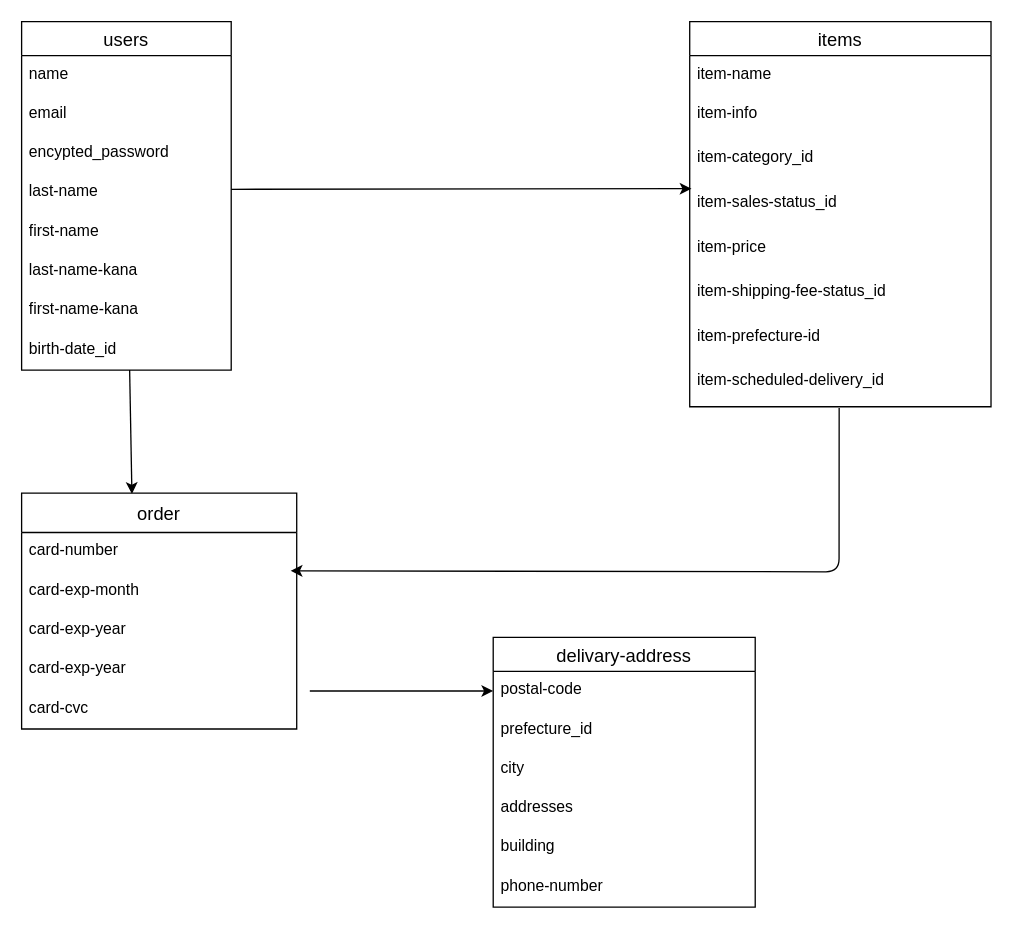
Above: ER図.dio in piroyuki666/furima-38024 (draw.io), before the change. Source tidied: cells renumbered, new cells numbered last; positions are measured from the earlier drawing's top-left corner, leaving out a move shared by most shapes. Both pictures are drawn from the tidied source at 131%, with x=0, y=0 at pixel (21, 21).
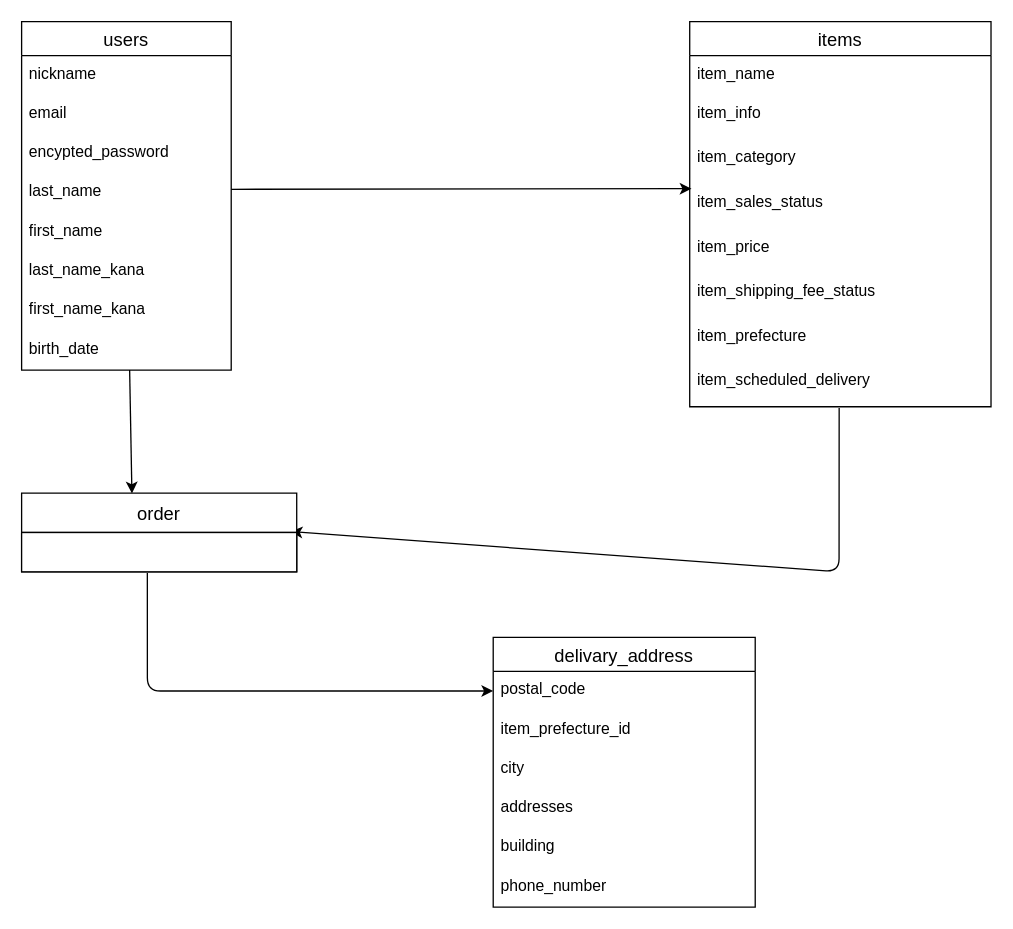
After the change.

Commit message (it also covers changes not shown here):
ER図とREADMEの再修正

The change refers to these unchanged cells:
```xml
<mxCell id="3" value="users" style="swimlane;fontStyle=0;horizontal=1;startSize=26;align=center;fontSize=14;" parent="1" vertex="1">
  <mxGeometry width="160" height="266" as="geometry" />
</mxCell>
<mxCell id="13" value="items" style="swimlane;fontStyle=0;horizontal=1;startSize=26;align=center;fontSize=14;" parent="1" vertex="1">
  <mxGeometry x="510" width="230" height="294" as="geometry" />
</mxCell>
```

The edit, as a diff of the source:
```diff
@@
-    <mxCell id="4" value="name" style="text;strokeColor=none;fillColor=none;spacingLeft=4;spacingRight=4;overflow=hidden;fontSize=12;" parent="3" vertex="1">
+    <mxCell id="4" value="nickname" style="text;strokeColor=none;fillColor=none;spacingLeft=4;spacingRight=4;overflow=hidden;fontSize=12;" parent="3" vertex="1">
       <mxGeometry y="26" width="160" height="30" as="geometry" />
     </mxCell>
@@
-    <mxCell id="7" value="last-name" style="text;strokeColor=none;fillColor=none;spacingLeft=4;spacingRight=4;overflow=hidden;fontSize=12;" parent="3" vertex="1">
+    <mxCell id="7" value="last_name" style="text;strokeColor=none;fillColor=none;spacingLeft=4;spacingRight=4;overflow=hidden;fontSize=12;" parent="3" vertex="1">
       <mxGeometry y="116" width="160" height="30" as="geometry" />
     </mxCell>
-    <mxCell id="8" value="first-name" style="text;strokeColor=none;fillColor=none;spacingLeft=4;spacingRight=4;overflow=hidden;fontSize=12;" parent="3" vertex="1">
+    <mxCell id="8" value="first_name" style="text;strokeColor=none;fillColor=none;spacingLeft=4;spacingRight=4;overflow=hidden;fontSize=12;" parent="3" vertex="1">
       <mxGeometry y="146" width="160" height="30" as="geometry" />
     </mxCell>
-    <mxCell id="9" value="last-name-kana" style="text;strokeColor=none;fillColor=none;spacingLeft=4;spacingRight=4;overflow=hidden;fontSize=12;" parent="3" vertex="1">
+    <mxCell id="9" value="last_name_kana" style="text;strokeColor=none;fillColor=none;spacingLeft=4;spacingRight=4;overflow=hidden;fontSize=12;" parent="3" vertex="1">
       <mxGeometry y="176" width="160" height="30" as="geometry" />
     </mxCell>
-    <mxCell id="10" value="first-name-kana" style="text;strokeColor=none;fillColor=none;spacingLeft=4;spacingRight=4;overflow=hidden;fontSize=12;" parent="3" vertex="1">
+    <mxCell id="10" value="first_name_kana" style="text;strokeColor=none;fillColor=none;spacingLeft=4;spacingRight=4;overflow=hidden;fontSize=12;" parent="3" vertex="1">
       <mxGeometry y="206" width="160" height="30" as="geometry" />
     </mxCell>
-    <mxCell id="11" value="birth-date_id" style="text;strokeColor=none;fillColor=none;spacingLeft=4;spacingRight=4;overflow=hidden;fontSize=12;" parent="3" vertex="1">
+    <mxCell id="11" value="birth_date" style="text;strokeColor=none;fillColor=none;spacingLeft=4;spacingRight=4;overflow=hidden;fontSize=12;" parent="3" vertex="1">
       <mxGeometry y="236" width="160" height="30" as="geometry" />
     </mxCell>
-    <mxCell id="12" style="edgeStyle=none;html=1;entryX=0.978;entryY=-0.024;entryDx=0;entryDy=0;exitX=0.496;exitY=1.029;exitDx=0;exitDy=0;exitPerimeter=0;entryPerimeter=0;" parent="1" edge="1" source="21" target="25">
+    <mxCell id="12" style="edgeStyle=none;html=1;entryX=0.978;entryY=-0.024;entryDx=0;entryDy=0;exitX=0.496;exitY=1.029;exitDx=0;exitDy=0;exitPerimeter=0;entryPerimeter=0;" parent="1" edge="1" source="21">
       <mxGeometry relative="1" as="geometry">
+        <mxPoint x="205.4" y="389.3" as="targetPoint" />
         <Array as="points">
           <mxPoint x="624" y="420" />
         </Array>
       </mxGeometry>
     </mxCell>
@@
-    <mxCell id="14" value="item-name" style="text;strokeColor=none;fillColor=none;spacingLeft=4;spacingRight=4;overflow=hidden;fontSize=12;" parent="13" vertex="1">
+    <mxCell id="14" value="item_name" style="text;strokeColor=none;fillColor=none;spacingLeft=4;spacingRight=4;overflow=hidden;fontSize=12;" parent="13" vertex="1">
       <mxGeometry y="26" width="230" height="30" as="geometry" />
     </mxCell>
-    <mxCell id="15" value="item-info" style="text;strokeColor=none;fillColor=none;spacingLeft=4;spacingRight=4;overflow=hidden;fontSize=12;" parent="13" vertex="1">
+    <mxCell id="15" value="item_info" style="text;strokeColor=none;fillColor=none;spacingLeft=4;spacingRight=4;overflow=hidden;fontSize=12;" parent="13" vertex="1">
       <mxGeometry y="56" width="230" height="34" as="geometry" />
     </mxCell>
-    <mxCell id="16" value="item-category_id" style="text;strokeColor=none;fillColor=none;spacingLeft=4;spacingRight=4;overflow=hidden;fontSize=12;" parent="13" vertex="1">
+    <mxCell id="16" value="item_category" style="text;strokeColor=none;fillColor=none;spacingLeft=4;spacingRight=4;overflow=hidden;fontSize=12;" parent="13" vertex="1">
       <mxGeometry y="90" width="230" height="34" as="geometry" />
     </mxCell>
-    <mxCell id="17" value="item-sales-status_id" style="text;strokeColor=none;fillColor=none;spacingLeft=4;spacingRight=4;overflow=hidden;points=[[0,0.5],[1,0.5]];portConstraint=eastwest;fontSize=12;" parent="13" vertex="1">
+    <mxCell id="17" value="item_sales_status" style="text;strokeColor=none;fillColor=none;spacingLeft=4;spacingRight=4;overflow=hidden;points=[[0,0.5],[1,0.5]];portConstraint=eastwest;fontSize=12;" parent="13" vertex="1">
       <mxGeometry y="124" width="230" height="34" as="geometry" />
     </mxCell>
-    <mxCell id="18" value="item-price" style="text;strokeColor=none;fillColor=none;spacingLeft=4;spacingRight=4;overflow=hidden;fontSize=12;" parent="13" vertex="1">
+    <mxCell id="18" value="item_price" style="text;strokeColor=none;fillColor=none;spacingLeft=4;spacingRight=4;overflow=hidden;fontSize=12;" parent="13" vertex="1">
       <mxGeometry y="158" width="230" height="34" as="geometry" />
     </mxCell>
-    <mxCell id="19" value="item-shipping-fee-status_id" style="text;strokeColor=none;fillColor=none;spacingLeft=4;spacingRight=4;overflow=hidden;fontSize=12;" parent="13" vertex="1">
+    <mxCell id="19" value="item_shipping_fee_status" style="text;strokeColor=none;fillColor=none;spacingLeft=4;spacingRight=4;overflow=hidden;fontSize=12;" parent="13" vertex="1">
       <mxGeometry y="192" width="230" height="34" as="geometry" />
     </mxCell>
-    <mxCell id="20" value="item-prefecture-id" style="text;strokeColor=none;fillColor=none;spacingLeft=4;spacingRight=4;overflow=hidden;fontSize=12;" parent="13" vertex="1">
+    <mxCell id="20" value="item_prefecture" style="text;strokeColor=none;fillColor=none;spacingLeft=4;spacingRight=4;overflow=hidden;fontSize=12;" parent="13" vertex="1">
       <mxGeometry y="226" width="230" height="34" as="geometry" />
     </mxCell>
-    <mxCell id="21" value="item-scheduled-delivery_id" style="text;strokeColor=none;fillColor=none;spacingLeft=4;spacingRight=4;overflow=hidden;points=[[0,0.5],[1,0.5]];portConstraint=eastwest;fontSize=12;" parent="13" vertex="1">
+    <mxCell id="21" value="item_scheduled_delivery" style="text;strokeColor=none;fillColor=none;spacingLeft=4;spacingRight=4;overflow=hidden;points=[[0,0.5],[1,0.5]];portConstraint=eastwest;fontSize=12;" parent="13" vertex="1">
       <mxGeometry y="260" width="230" height="34" as="geometry" />
     </mxCell>
-    <mxCell id="22" style="edgeStyle=none;html=1;entryX=0;entryY=0.5;entryDx=0;entryDy=0;" parent="1" edge="1" target="31">
+    <mxCell id="22" style="edgeStyle=none;html=1;entryX=0;entryY=0.5;entryDx=0;entryDy=0;exitX=0.457;exitY=1.033;exitDx=0;exitDy=0;exitPerimeter=0;" parent="1" edge="1" source="24" target="31">
       <mxGeometry relative="1" as="geometry">
-        <mxPoint x="220" y="511" as="sourcePoint" />
+        <Array as="points">
+          <mxPoint x="96" y="511" />
+        </Array>
       </mxGeometry>
     </mxCell>
     <mxCell id="23" value="order" style="swimlane;fontStyle=0;horizontal=1;startSize=30;align=center;fontSize=14;" parent="1" vertex="1">
-      <mxGeometry y="360" width="210" height="180" as="geometry" />
+      <mxGeometry y="360" width="210" height="60" as="geometry" />
     </mxCell>
-    <mxCell id="24" value="card-number" style="text;strokeColor=none;fillColor=none;spacingLeft=4;spacingRight=4;overflow=hidden;points=[[0,0.5],[1,0.5]];portConstraint=eastwest;fontSize=12;" parent="23" vertex="1">
-      <mxGeometry y="30" width="210" height="30" as="geometry" />
-    </mxCell>
-    <mxCell id="25" value="card-exp-month" style="text;strokeColor=none;fillColor=none;spacingLeft=4;spacingRight=4;overflow=hidden;points=[[0,0.5],[1,0.5]];portConstraint=eastwest;fontSize=12;" parent="23" vertex="1">
-      <mxGeometry y="60" width="210" height="30" as="geometry" />
-    </mxCell>
-    <mxCell id="26" value="card-exp-year" style="text;strokeColor=none;fillColor=none;spacingLeft=4;spacingRight=4;overflow=hidden;fontSize=12;" parent="23" vertex="1">
-      <mxGeometry y="90" width="210" height="30" as="geometry" />
-    </mxCell>
-    <mxCell id="27" value="card-exp-year" style="text;strokeColor=none;fillColor=none;spacingLeft=4;spacingRight=4;overflow=hidden;fontSize=12;" parent="23" vertex="1">
-      <mxGeometry y="120" width="210" height="30" as="geometry" />
-    </mxCell>
-    <mxCell id="28" value="card-cvc" style="text;strokeColor=none;fillColor=none;spacingLeft=4;spacingRight=4;overflow=hidden;fontSize=12;" parent="23" vertex="1">
-      <mxGeometry y="150" width="210" height="30" as="geometry" />
-    </mxCell>
@@
-    <mxCell id="30" value="delivary-address" style="swimlane;fontStyle=0;horizontal=1;startSize=26;align=center;fontSize=14;" parent="1" vertex="1">
+    <mxCell id="30" value="delivary_address" style="swimlane;fontStyle=0;horizontal=1;startSize=26;align=center;fontSize=14;" parent="1" vertex="1">
       <mxGeometry x="360" y="470" width="200" height="206" as="geometry" />
     </mxCell>
-    <mxCell id="31" value="postal-code" style="text;strokeColor=none;fillColor=none;spacingLeft=4;spacingRight=4;overflow=hidden;points=[[0,0.5],[1,0.5]];portConstraint=eastwest;fontSize=12;" parent="30" vertex="1">
+    <mxCell id="31" value="postal_code" style="text;strokeColor=none;fillColor=none;spacingLeft=4;spacingRight=4;overflow=hidden;points=[[0,0.5],[1,0.5]];portConstraint=eastwest;fontSize=12;" parent="30" vertex="1">
       <mxGeometry y="26" width="200" height="30" as="geometry" />
     </mxCell>
-    <mxCell id="32" value="prefecture_id" style="text;strokeColor=none;fillColor=none;spacingLeft=4;spacingRight=4;overflow=hidden;fontSize=12;" parent="30" vertex="1">
+    <mxCell id="32" value="item_prefecture_id" style="text;strokeColor=none;fillColor=none;spacingLeft=4;spacingRight=4;overflow=hidden;fontSize=12;" parent="30" vertex="1">
       <mxGeometry y="56" width="200" height="30" as="geometry" />
     </mxCell>
@@
-    <mxCell id="36" value="phone-number" style="text;strokeColor=none;fillColor=none;spacingLeft=4;spacingRight=4;overflow=hidden;fontSize=12;" parent="30" vertex="1">
+    <mxCell id="36" value="phone_number" style="text;strokeColor=none;fillColor=none;spacingLeft=4;spacingRight=4;overflow=hidden;fontSize=12;" parent="30" vertex="1">
       <mxGeometry y="176" width="200" height="30" as="geometry" />
     </mxCell>
+    <mxCell id="24" style="whiteSpace=wrap;html=1;" parent="1" vertex="1">
+      <mxGeometry y="390" width="210" height="30" as="geometry" />
+    </mxCell>
```
